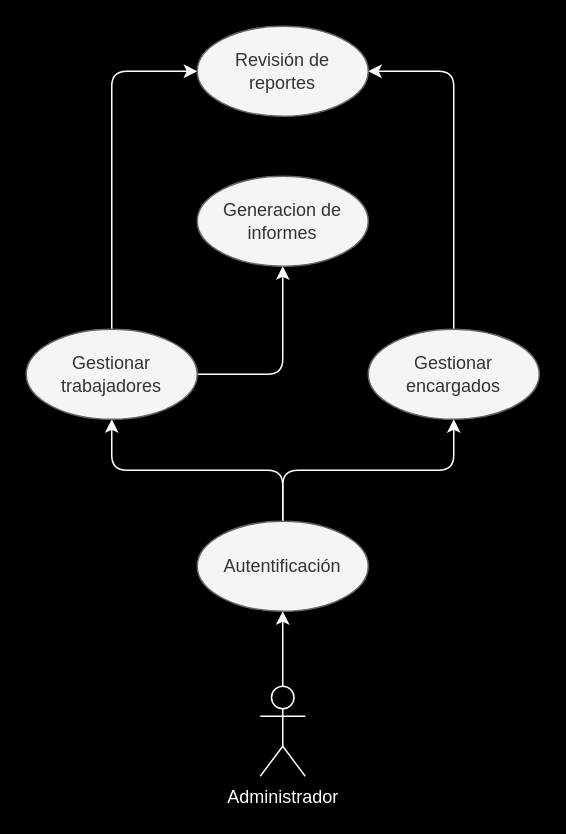
Earlier version of the draw.io diagram subsistemas/administrador/administrador.drawio (ecardosa/LogiRAIL-project). Source tidied: cells renumbered, new cells numbered last; positions are measured from the earlier drawing's top-left corner, leaving out a move shared by most shapes. Both pictures are drawn from the tidied source at 150%, with x=0, y=0 at pixel (26, 26).
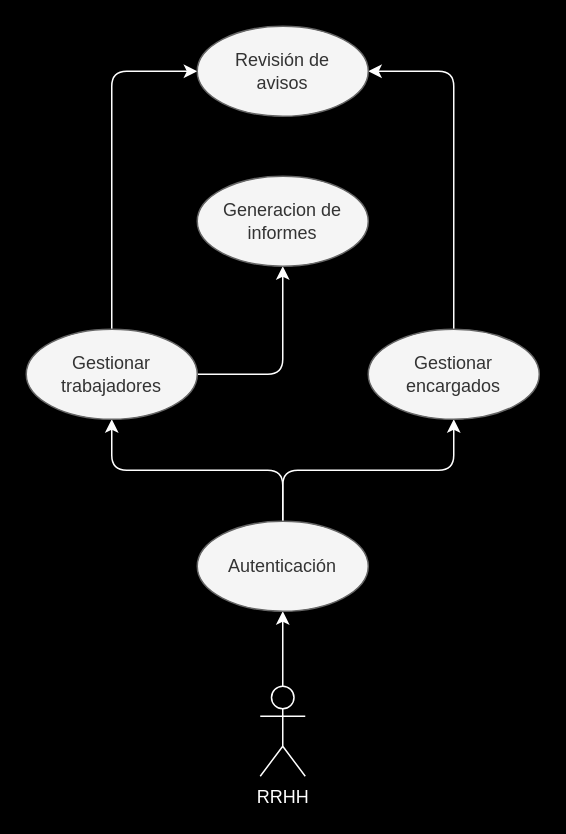
The same diagram, later.

Commit message (it also covers changes not shown here):
Enhanced administrador

The edit, as a diff of the source:
```diff
@@
 <mxGraphModel background="#000000">
   <root>
     <mxCell id="0" />
     <mxCell id="1" parent="0" />
     <mxCell id="2" style="edgeStyle=orthogonalEdgeStyle;html=1;exitX=0.5;exitY=0;exitDx=0;exitDy=0;exitPerimeter=0;entryX=0.5;entryY=1;entryDx=0;entryDy=0;fillColor=#f5f5f5;strokeColor=#FFFFFF;" parent="1" edge="1" source="3" target="6">
       <mxGeometry relative="1" as="geometry" />
     </mxCell>
-    <mxCell id="3" value="Administrador" style="shape=umlActor;verticalLabelPosition=bottom;verticalAlign=top;html=1;fillColor=none;fontColor=#FFFFFF;strokeColor=#FFFFFF;" parent="1" vertex="1">
+    <mxCell id="3" value="RRHH" style="shape=umlActor;verticalLabelPosition=bottom;verticalAlign=top;html=1;fillColor=none;fontColor=#FFFFFF;strokeColor=#FFFFFF;" parent="1" vertex="1">
       <mxGeometry x="156" y="440" width="30" height="60" as="geometry" />
     </mxCell>
     <mxCell id="4" style="edgeStyle=orthogonalEdgeStyle;html=1;exitX=0.5;exitY=0;exitDx=0;exitDy=0;entryX=0.5;entryY=1;entryDx=0;entryDy=0;fillColor=#f5f5f5;strokeColor=#FFFFFF;" parent="1" edge="1" source="6" target="9">
       <mxGeometry relative="1" as="geometry" />
     </mxCell>
     <mxCell id="5" style="edgeStyle=orthogonalEdgeStyle;html=1;exitX=0.5;exitY=0;exitDx=0;exitDy=0;entryX=0.5;entryY=1;entryDx=0;entryDy=0;fillColor=#f5f5f5;strokeColor=#FFFFFF;" parent="1" edge="1" source="6" target="11">
       <mxGeometry relative="1" as="geometry" />
     </mxCell>
-    <mxCell id="6" value="Autentificación" style="ellipse;whiteSpace=wrap;html=1;fillColor=#f5f5f5;fontColor=#333333;strokeColor=#666666;" parent="1" vertex="1">
+    <mxCell id="6" value="Autenticación" style="ellipse;whiteSpace=wrap;html=1;fillColor=#f5f5f5;fontColor=#333333;strokeColor=#666666;" parent="1" vertex="1">
       <mxGeometry x="114" y="330" width="114" height="60" as="geometry" />
     </mxCell>
     <mxCell id="7" style="edgeStyle=orthogonalEdgeStyle;html=1;exitX=0.5;exitY=0;exitDx=0;exitDy=0;entryX=0;entryY=0.5;entryDx=0;entryDy=0;fillColor=#f5f5f5;strokeColor=#FFFFFF;" parent="1" edge="1" source="9" target="13">
       <mxGeometry relative="1" as="geometry" />
     </mxCell>
     <mxCell id="8" style="edgeStyle=orthogonalEdgeStyle;html=1;exitX=1;exitY=0.5;exitDx=0;exitDy=0;entryX=0.5;entryY=1;entryDx=0;entryDy=0;fillColor=#f5f5f5;strokeColor=#FFFFFF;" parent="1" edge="1" source="9" target="12">
       <mxGeometry relative="1" as="geometry" />
     </mxCell>
     <mxCell id="9" value="Gestionar trabajadores" style="ellipse;whiteSpace=wrap;html=1;fillColor=#f5f5f5;fontColor=#333333;strokeColor=#666666;" parent="1" vertex="1">
       <mxGeometry y="202" width="114" height="60" as="geometry" />
     </mxCell>
     <mxCell id="10" style="edgeStyle=orthogonalEdgeStyle;html=1;exitX=0.5;exitY=0;exitDx=0;exitDy=0;entryX=1;entryY=0.5;entryDx=0;entryDy=0;fillColor=#f5f5f5;strokeColor=#FFFFFF;" parent="1" edge="1" source="11" target="13">
       <mxGeometry relative="1" as="geometry" />
     </mxCell>
     <mxCell id="11" value="Gestionar encargados" style="ellipse;whiteSpace=wrap;html=1;fillColor=#f5f5f5;fontColor=#333333;strokeColor=#666666;" parent="1" vertex="1">
       <mxGeometry x="228" y="202" width="114" height="60" as="geometry" />
     </mxCell>
     <mxCell id="12" value="Generacion de informes" style="ellipse;whiteSpace=wrap;html=1;fillColor=#f5f5f5;fontColor=#333333;strokeColor=#666666;" parent="1" vertex="1">
       <mxGeometry x="114" y="100" width="114" height="60" as="geometry" />
     </mxCell>
-    <mxCell id="13" value="Revisión de&lt;br&gt;reportes" style="ellipse;whiteSpace=wrap;html=1;fillColor=#f5f5f5;fontColor=#333333;strokeColor=#666666;" parent="1" vertex="1">
+    <mxCell id="13" value="Revisión de&lt;br&gt;avisos" style="ellipse;whiteSpace=wrap;html=1;fillColor=#f5f5f5;fontColor=#333333;strokeColor=#666666;" parent="1" vertex="1">
       <mxGeometry x="114" width="114" height="60" as="geometry" />
     </mxCell>
   </root>
 </mxGraphModel>
```
